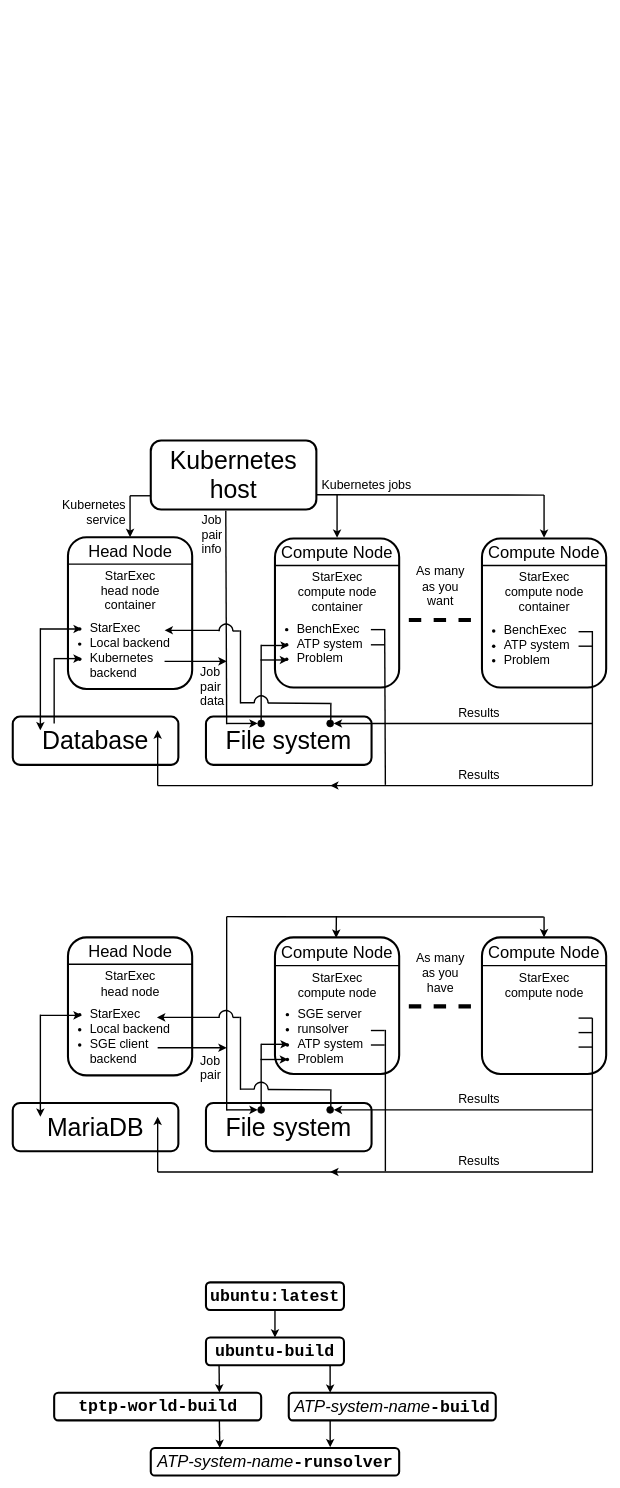
Above: Architecture.drawio in GeoffsPapers/StarExecAWS (draw.io), before the change. Source tidied: cells renumbered, new cells numbered last; positions are measured from the earlier drawing's top-left corner, leaving out a move shared by most shapes. Both pictures are drawn from the tidied source at 69%, with x=0, y=0 at pixel (12, 440).
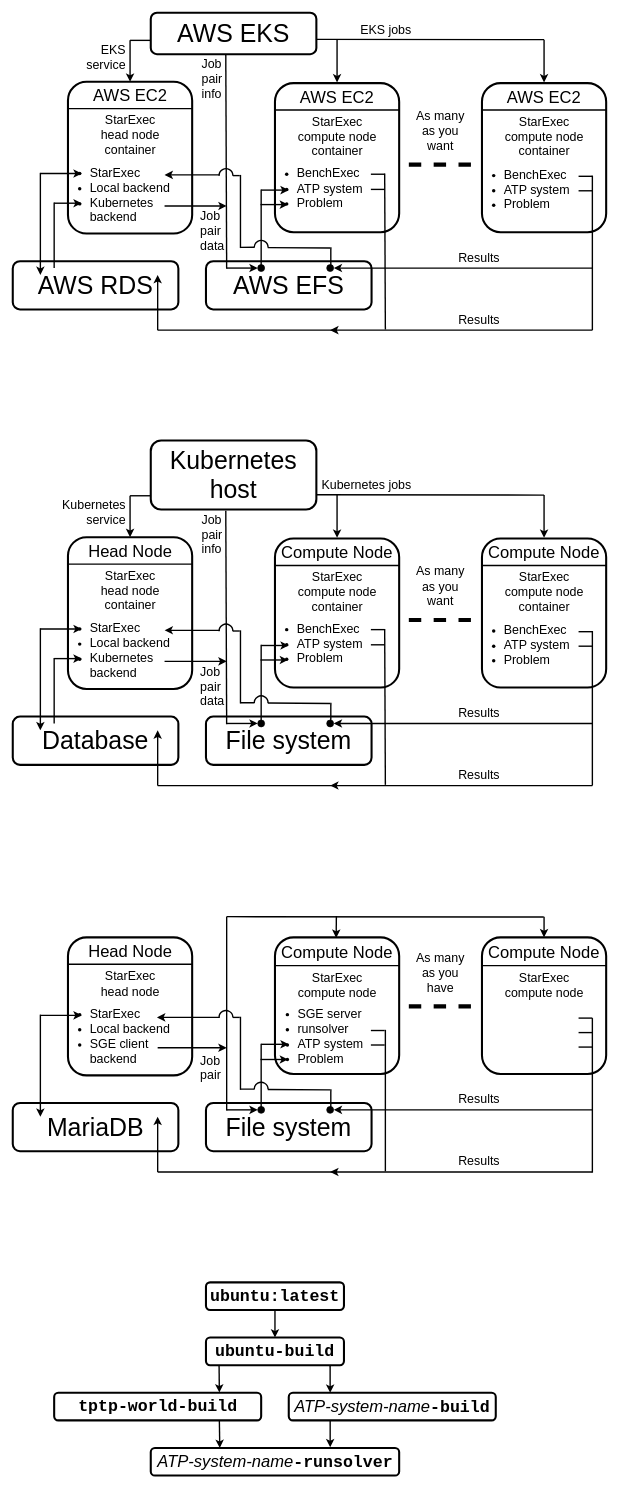
The same page after the edit.

What changed in the source:
```diff
@@
+    <mxCell id="149" style="rounded=1;whiteSpace=wrap;html=1;strokeWidth=3;fillColor=none;" parent="1" vertex="1">
+      <mxGeometry x="680" y="-518" width="180" height="216" as="geometry" />
+    </mxCell>
+    <mxCell id="150" style="group;" parent="1" vertex="1">
+      <mxGeometry y="-270" width="240" height="90" as="geometry" />
+    </mxCell>
+    <mxCell id="151" style="rounded=1;whiteSpace=wrap;html=1;strokeWidth=3;" parent="150" vertex="1">
+      <mxGeometry y="10" width="240" height="70" as="geometry" />
+    </mxCell>
+    <mxCell id="152" value="&lt;p style=&quot;margin: 0px; font-variant-numeric: normal; font-variant-east-asian: normal; font-variant-alternates: normal; font-kerning: auto; font-optical-sizing: auto; font-feature-settings: normal; font-variation-settings: normal; font-variant-position: normal; font-stretch: normal; font-size: 36px; line-height: normal; text-align: start;&quot; class=&quot;p1&quot;&gt;AWS RDS&lt;/p&gt;" style="text;strokeColor=none;align=center;fillColor=none;html=1;verticalAlign=middle;whiteSpace=wrap;rounded=0;" parent="150" vertex="1">
+      <mxGeometry x="5" width="230" height="90" as="geometry" />
+    </mxCell>
+    <mxCell id="153" style="group;fillColor=none;" parent="1" vertex="1">
+      <mxGeometry x="280" y="-270" width="240" height="90" as="geometry" />
+    </mxCell>
+    <mxCell id="154" style="rounded=1;whiteSpace=wrap;html=1;strokeWidth=3;fillColor=none;" parent="153" vertex="1">
+      <mxGeometry y="10" width="240" height="70" as="geometry" />
+    </mxCell>
+    <mxCell id="155" value="&lt;p style=&quot;margin: 0px; font-variant-numeric: normal; font-variant-east-asian: normal; font-variant-alternates: normal; font-kerning: auto; font-optical-sizing: auto; font-feature-settings: normal; font-variation-settings: normal; font-variant-position: normal; font-stretch: normal; font-size: 36px; line-height: normal; text-align: start;&quot; class=&quot;p1&quot;&gt;AWS EFS&lt;/p&gt;" style="text;strokeColor=none;align=center;fillColor=none;html=1;verticalAlign=middle;whiteSpace=wrap;rounded=0;" parent="153" vertex="1">
+      <mxGeometry x="5" width="230" height="90" as="geometry" />
+    </mxCell>
+    <mxCell id="156" style="ellipse;whiteSpace=wrap;html=1;fillColor=#000000;" parent="153" vertex="1">
+      <mxGeometry x="175" y="15" width="10" height="10" as="geometry" />
+    </mxCell>
+    <mxCell id="157" style="ellipse;whiteSpace=wrap;html=1;fillColor=#000000;" parent="153" vertex="1">
+      <mxGeometry x="75" y="15" width="10" height="10" as="geometry" />
+    </mxCell>
+    <mxCell id="158" style="endArrow=classic;html=1;rounded=0;strokeWidth=2;entryX=0;entryY=0.5;entryDx=0;entryDy=0;" parent="153" edge="1" target="157">
+      <mxGeometry relative="1" as="geometry">
+        <mxPoint x="30" y="20" as="sourcePoint" />
+      </mxGeometry>
+    </mxCell>
+    <mxCell id="159" style="group;fillColor=none;" parent="1" vertex="1">
+      <mxGeometry x="370" y="-518" width="190" height="216" as="geometry" />
+    </mxCell>
+    <mxCell id="160" style="rounded=1;whiteSpace=wrap;html=1;strokeWidth=3;fillColor=none;" parent="159" vertex="1">
+      <mxGeometry x="10" width="180" height="216" as="geometry" />
+    </mxCell>
+    <mxCell id="161" value="&lt;font style=&quot;font-size: 24px;&quot;&gt;AWS EC2&lt;/font&gt;" style="text;strokeColor=none;align=center;fillColor=none;html=1;verticalAlign=middle;whiteSpace=wrap;rounded=0;" parent="159" vertex="1">
+      <mxGeometry x="13.5" y="6" width="171.5" height="30" as="geometry" />
+    </mxCell>
+    <mxCell id="162" value="&lt;font style=&quot;font-size: 18px;&quot;&gt;StarExec&lt;/font&gt;&lt;div style=&quot;font-size: 18px;&quot;&gt;&lt;font style=&quot;font-size: 18px;&quot;&gt;compute node&lt;/font&gt;&lt;/div&gt;&lt;div style=&quot;font-size: 18px;&quot;&gt;&lt;font style=&quot;font-size: 18px;&quot;&gt;container&lt;/font&gt;&lt;/div&gt;" style="text;strokeColor=none;align=center;fillColor=none;html=1;verticalAlign=middle;whiteSpace=wrap;rounded=0;" parent="159" vertex="1">
+      <mxGeometry x="17.5" y="46" width="165" height="64" as="geometry" />
+    </mxCell>
+    <mxCell id="163" value="&lt;ul style=&quot;font-size: 18px;&quot;&gt;&lt;li&gt;BenchExec&lt;/li&gt;&lt;li&gt;&lt;font style=&quot;font-size: 18px;&quot;&gt;ATP system&lt;/font&gt;&lt;/li&gt;&lt;li&gt;&lt;font style=&quot;font-size: 18px;&quot;&gt;Problem&lt;/font&gt;&lt;/li&gt;&lt;/ul&gt;" style="text;strokeColor=none;align=left;fillColor=none;html=1;verticalAlign=middle;whiteSpace=wrap;rounded=0;" parent="159" vertex="1">
+      <mxGeometry y="108" width="165" height="90" as="geometry" />
+    </mxCell>
+    <mxCell id="164" style="endArrow=none;html=1;rounded=0;strokeWidth=2;" parent="159" edge="1">
+      <mxGeometry relative="1" as="geometry">
+        <mxPoint x="10" y="39" as="sourcePoint" />
+        <mxPoint x="190" y="39" as="targetPoint" />
+      </mxGeometry>
+    </mxCell>
+    <mxCell id="165" style="edgeStyle=orthogonalEdgeStyle;rounded=0;orthogonalLoop=1;jettySize=auto;html=1;exitX=0.5;exitY=1;exitDx=0;exitDy=0;" parent="159" edge="1" source="160" target="160">
+      <mxGeometry relative="1" as="geometry" />
+    </mxCell>
+    <mxCell id="166" style="endArrow=none;html=1;rounded=0;strokeWidth=2;" parent="159" edge="1">
+      <mxGeometry relative="1" as="geometry">
+        <mxPoint x="149" y="132" as="sourcePoint" />
+        <mxPoint x="169" y="132" as="targetPoint" />
+      </mxGeometry>
+    </mxCell>
+    <mxCell id="167" style="endArrow=classic;html=1;rounded=0;strokeWidth=2;entryX=0.182;entryY=0.089;entryDx=0;entryDy=0;entryPerimeter=0;" parent="159" edge="1">
+      <mxGeometry relative="1" as="geometry">
+        <mxPoint x="-10" y="155" as="sourcePoint" />
+        <mxPoint x="30" y="155" as="targetPoint" />
+      </mxGeometry>
+    </mxCell>
+    <mxCell id="168" style="endArrow=none;dashed=1;html=1;rounded=0;strokeWidth=6;entryX=0;entryY=0;entryDx=0;entryDy=0;" parent="1" edge="1">
+      <mxGeometry relative="1" as="geometry">
+        <mxPoint x="574" y="-400" as="sourcePoint" />
+        <mxPoint x="674" y="-400" as="targetPoint" />
+      </mxGeometry>
+    </mxCell>
+    <mxCell id="169" value="&lt;span style=&quot;font-size: 18px;&quot;&gt;As many&lt;/span&gt;&lt;div&gt;&lt;span style=&quot;font-size: 18px;&quot;&gt;as you&lt;/span&gt;&lt;/div&gt;&lt;div&gt;&lt;span style=&quot;font-size: 18px;&quot;&gt;want&lt;/span&gt;&lt;/div&gt;" style="text;strokeColor=none;align=center;fillColor=none;html=1;verticalAlign=middle;whiteSpace=wrap;rounded=0;" parent="1" vertex="1">
+      <mxGeometry x="570" y="-480" width="100" height="64" as="geometry" />
+    </mxCell>
+    <mxCell id="170" style="endArrow=none;html=1;rounded=0;strokeWidth=2;" parent="1" edge="1">
+      <mxGeometry relative="1" as="geometry">
+        <mxPoint x="840" y="-160" as="sourcePoint" />
+        <mxPoint x="840" y="-384" as="targetPoint" />
+      </mxGeometry>
+    </mxCell>
+    <mxCell id="171" style="endArrow=none;html=1;rounded=0;strokeWidth=2;" parent="1" edge="1">
+      <mxGeometry relative="1" as="geometry">
+        <mxPoint x="820" y="-383" as="sourcePoint" />
+        <mxPoint x="840" y="-383" as="targetPoint" />
+      </mxGeometry>
+    </mxCell>
+    <mxCell id="172" style="endArrow=classic;html=1;rounded=0;strokeWidth=2;entryX=1.014;entryY=0.5;entryDx=0;entryDy=0;entryPerimeter=0;" parent="1" edge="1" target="156">
+      <mxGeometry relative="1" as="geometry">
+        <mxPoint x="840" y="-250" as="sourcePoint" />
+      </mxGeometry>
+    </mxCell>
+    <mxCell id="173" style="endArrow=classic;html=1;rounded=0;strokeWidth=2;entryX=0.5;entryY=0;entryDx=0;entryDy=0;" parent="1" edge="1" target="197">
+      <mxGeometry relative="1" as="geometry">
+        <mxPoint x="170" y="-580" as="sourcePoint" />
+      </mxGeometry>
+    </mxCell>
+    <mxCell id="174" style="endArrow=classic;html=1;rounded=0;strokeWidth=2;" parent="1" edge="1">
+      <mxGeometry relative="1" as="geometry">
+        <mxPoint x="40" y="-388" as="sourcePoint" />
+        <mxPoint x="40" y="-240" as="targetPoint" />
+      </mxGeometry>
+    </mxCell>
+    <mxCell id="175" style="endArrow=classic;html=1;rounded=0;strokeWidth=2;" parent="1" edge="1">
+      <mxGeometry relative="1" as="geometry">
+        <mxPoint x="40" y="-387" as="sourcePoint" />
+        <mxPoint x="100" y="-387" as="targetPoint" />
+      </mxGeometry>
+    </mxCell>
+    <mxCell id="176" style="endArrow=none;html=1;rounded=0;strokeWidth=2;" parent="1" edge="1">
+      <mxGeometry relative="1" as="geometry">
+        <mxPoint x="60" y="-250" as="sourcePoint" />
+        <mxPoint x="60" y="-345" as="targetPoint" />
+      </mxGeometry>
+    </mxCell>
+    <mxCell id="177" value="&lt;div&gt;&lt;span style=&quot;font-size: 18px;&quot;&gt;Job&lt;/span&gt;&lt;/div&gt;&lt;div&gt;&lt;span style=&quot;font-size: 18px; background-color: initial;&quot;&gt;pair&lt;/span&gt;&lt;/div&gt;&lt;div&gt;&lt;span style=&quot;font-size: 18px; background-color: initial;&quot;&gt;info&lt;/span&gt;&lt;br&gt;&lt;/div&gt;" style="text;strokeColor=none;align=left;fillColor=none;html=1;verticalAlign=middle;whiteSpace=wrap;rounded=0;" parent="1" vertex="1">
+      <mxGeometry x="272" y="-555" width="40" height="64" as="geometry" />
+    </mxCell>
+    <mxCell id="178" style="endArrow=none;html=1;rounded=0;strokeWidth=2;exitX=0.453;exitY=1.018;exitDx=0;exitDy=0;exitPerimeter=0;" parent="1" edge="1" source="218">
+      <mxGeometry relative="1" as="geometry">
+        <mxPoint x="310" y="-249" as="targetPoint" />
+      </mxGeometry>
+    </mxCell>
+    <mxCell id="179" style="endArrow=none;html=1;rounded=0;strokeWidth=2;" parent="1" edge="1">
+      <mxGeometry relative="1" as="geometry">
+        <mxPoint x="360" y="-364" as="sourcePoint" />
+        <mxPoint x="360" y="-250" as="targetPoint" />
+      </mxGeometry>
+    </mxCell>
+    <mxCell id="180" style="endArrow=none;html=1;rounded=0;strokeWidth=2;entryX=1.024;entryY=0.267;entryDx=0;entryDy=0;entryPerimeter=0;" parent="1" edge="1">
+      <mxGeometry relative="1" as="geometry">
+        <mxPoint x="540" y="-161" as="sourcePoint" />
+        <mxPoint x="539" y="-387" as="targetPoint" />
+      </mxGeometry>
+    </mxCell>
+    <mxCell id="181" style="endArrow=none;html=1;rounded=0;strokeWidth=2;" parent="1" edge="1">
+      <mxGeometry relative="1" as="geometry">
+        <mxPoint x="519" y="-364" as="sourcePoint" />
+        <mxPoint x="539" y="-364" as="targetPoint" />
+      </mxGeometry>
+    </mxCell>
+    <mxCell id="182" style="endArrow=none;html=1;rounded=0;strokeWidth=2;entryX=0.586;entryY=-0.021;entryDx=0;entryDy=0;entryPerimeter=0;" parent="1" edge="1">
+      <mxGeometry relative="1" as="geometry">
+        <mxPoint x="461" y="-280" as="sourcePoint" />
+        <mxPoint x="460.9" y="-254.2" as="targetPoint" />
+      </mxGeometry>
+    </mxCell>
+    <mxCell id="183" style="endArrow=none;html=1;rounded=0;strokeWidth=2;exitX=0.98;exitY=0.47;exitDx=0;exitDy=0;exitPerimeter=0;" parent="1" edge="1">
+      <mxGeometry relative="1" as="geometry">
+        <mxPoint x="369.6" y="-279.6" as="sourcePoint" />
+        <mxPoint x="460" y="-279" as="targetPoint" />
+      </mxGeometry>
+    </mxCell>
+    <mxCell id="184" style="verticalLabelPosition=bottom;verticalAlign=top;html=1;shape=mxgraph.basic.arc;startAngle=0.7468173254495136;endAngle=0.2543004380527166;strokeWidth=2;" parent="1" vertex="1">
+      <mxGeometry x="350" y="-290" width="20" height="20" as="geometry" />
+    </mxCell>
+    <mxCell id="185" style="endArrow=none;html=1;rounded=0;strokeWidth=2;" parent="1" edge="1">
+      <mxGeometry relative="1" as="geometry">
+        <mxPoint x="210" y="-160" as="sourcePoint" />
+        <mxPoint x="470" y="-160" as="targetPoint" />
+      </mxGeometry>
+    </mxCell>
+    <mxCell id="186" style="endArrow=classic;html=1;rounded=0;strokeWidth=2;" parent="1" edge="1">
+      <mxGeometry relative="1" as="geometry">
+        <mxPoint x="210" y="-160" as="sourcePoint" />
+        <mxPoint x="210" y="-240" as="targetPoint" />
+      </mxGeometry>
+    </mxCell>
+    <mxCell id="187" value="&lt;font style=&quot;font-size: 18px;&quot;&gt;Results&lt;/font&gt;" style="text;strokeColor=none;align=center;fillColor=none;html=1;verticalAlign=middle;whiteSpace=wrap;rounded=0;" parent="1" vertex="1">
+      <mxGeometry x="590" y="-280" width="171.5" height="30" as="geometry" />
+    </mxCell>
+    <mxCell id="188" value="&lt;font style=&quot;font-size: 18px;&quot;&gt;Results&lt;/font&gt;" style="text;strokeColor=none;align=center;fillColor=none;html=1;verticalAlign=middle;whiteSpace=wrap;rounded=0;" parent="1" vertex="1">
+      <mxGeometry x="590" y="-190" width="171.5" height="30" as="geometry" />
+    </mxCell>
+    <mxCell id="189" style="endArrow=classic;html=1;rounded=0;strokeWidth=2;" parent="1" edge="1">
+      <mxGeometry relative="1" as="geometry">
+        <mxPoint x="840" y="-160" as="sourcePoint" />
+        <mxPoint x="460" y="-160" as="targetPoint" />
+      </mxGeometry>
+    </mxCell>
+    <mxCell id="190" value="&lt;div&gt;&lt;span style=&quot;font-size: 18px;&quot;&gt;Job&lt;/span&gt;&lt;/div&gt;&lt;div&gt;&lt;span style=&quot;font-size: 18px; background-color: initial;&quot;&gt;pair&lt;/span&gt;&lt;/div&gt;&lt;div&gt;&lt;span style=&quot;font-size: 18px; background-color: initial;&quot;&gt;data&lt;/span&gt;&lt;br&gt;&lt;/div&gt;" style="text;strokeColor=none;align=left;fillColor=none;html=1;verticalAlign=middle;whiteSpace=wrap;rounded=0;" parent="1" vertex="1">
+      <mxGeometry x="270" y="-335" width="40" height="64" as="geometry" />
+    </mxCell>
+    <mxCell id="191" style="endArrow=classic;html=1;rounded=0;strokeWidth=2;exitX=0.909;exitY=0.667;exitDx=0;exitDy=0;exitPerimeter=0;" parent="1" edge="1" source="200">
+      <mxGeometry relative="1" as="geometry">
+        <mxPoint x="310" y="-340" as="targetPoint" />
+      </mxGeometry>
+    </mxCell>
+    <mxCell id="192" value="&lt;font style=&quot;font-size: 18px;&quot;&gt;EKS&lt;/font&gt;&lt;div&gt;&lt;font style=&quot;font-size: 18px;&quot;&gt;service&lt;/font&gt;&lt;/div&gt;" style="text;strokeColor=none;align=right;fillColor=none;html=1;verticalAlign=middle;whiteSpace=wrap;rounded=0;" parent="1" vertex="1">
+      <mxGeometry x="65" y="-580" width="100.8" height="50" as="geometry" />
+    </mxCell>
+    <mxCell id="193" style="endArrow=none;html=1;rounded=0;strokeWidth=2;" parent="1" edge="1">
+      <mxGeometry relative="1" as="geometry">
+        <mxPoint x="170" y="-580" as="sourcePoint" />
+        <mxPoint x="200" y="-580" as="targetPoint" />
+      </mxGeometry>
+    </mxCell>
+    <mxCell id="194" style="endArrow=classic;html=1;rounded=0;strokeWidth=2;entryX=0.909;entryY=0.222;entryDx=0;entryDy=0;entryPerimeter=0;" parent="1" edge="1">
+      <mxGeometry relative="1" as="geometry">
+        <mxPoint x="300" y="-385" as="sourcePoint" />
+        <mxPoint x="220" y="-385" as="targetPoint" />
+      </mxGeometry>
+    </mxCell>
+    <mxCell id="195" style="group;" parent="1" vertex="1">
+      <mxGeometry x="60" y="-520" width="200" height="220" as="geometry" />
+    </mxCell>
+    <mxCell id="196" style="endArrow=classic;html=1;rounded=0;strokeWidth=2;" parent="195" edge="1">
+      <mxGeometry relative="1" as="geometry">
+        <mxPoint y="176" as="sourcePoint" />
+        <mxPoint x="40" y="176" as="targetPoint" />
+      </mxGeometry>
+    </mxCell>
+    <mxCell id="197" style="rounded=1;whiteSpace=wrap;html=1;strokeWidth=3;fillColor=none;" parent="195" vertex="1">
+      <mxGeometry x="20" width="180" height="220" as="geometry" />
+    </mxCell>
+    <mxCell id="198" value="&lt;font style=&quot;font-size: 24px;&quot;&gt;AWS EC2&lt;/font&gt;" style="text;strokeColor=none;align=center;fillColor=none;html=1;verticalAlign=middle;whiteSpace=wrap;rounded=0;" parent="195" vertex="1">
+      <mxGeometry x="37.5" y="6" width="145" height="30" as="geometry" />
+    </mxCell>
+    <mxCell id="199" value="&lt;font style=&quot;font-size: 18px;&quot;&gt;StarExec&lt;/font&gt;&lt;div style=&quot;font-size: 18px;&quot;&gt;&lt;font style=&quot;font-size: 18px;&quot;&gt;head node&lt;/font&gt;&lt;/div&gt;&lt;div style=&quot;font-size: 18px;&quot;&gt;&lt;font style=&quot;font-size: 18px;&quot;&gt;container&lt;/font&gt;&lt;/div&gt;" style="text;strokeColor=none;align=center;fillColor=none;html=1;verticalAlign=middle;whiteSpace=wrap;rounded=0;" parent="195" vertex="1">
+      <mxGeometry x="27.5" y="46" width="165" height="64" as="geometry" />
+    </mxCell>
+    <mxCell id="200" value="&lt;ul style=&quot;font-size: 18px;&quot;&gt;&lt;li&gt;&lt;font style=&quot;font-size: 18px;&quot;&gt;StarExec&lt;/font&gt;&lt;/li&gt;&lt;li&gt;&lt;font style=&quot;font-size: 18px;&quot;&gt;Local backend&lt;/font&gt;&lt;/li&gt;&lt;li&gt;&lt;font style=&quot;font-size: 18px;&quot;&gt;Kubernetes backend&lt;/font&gt;&lt;/li&gt;&lt;/ul&gt;" style="text;strokeColor=none;align=left;fillColor=none;html=1;verticalAlign=middle;whiteSpace=wrap;rounded=0;" parent="195" vertex="1">
+      <mxGeometry x="10" y="120" width="165" height="90" as="geometry" />
+    </mxCell>
+    <mxCell id="201" style="endArrow=none;html=1;rounded=0;strokeWidth=2;" parent="195" edge="1">
+      <mxGeometry relative="1" as="geometry">
+        <mxPoint x="20" y="39" as="sourcePoint" />
+        <mxPoint x="200" y="39" as="targetPoint" />
+      </mxGeometry>
+    </mxCell>
+    <mxCell id="202" style="edgeStyle=orthogonalEdgeStyle;rounded=0;orthogonalLoop=1;jettySize=auto;html=1;exitX=0.5;exitY=1;exitDx=0;exitDy=0;" parent="195" edge="1" source="197" target="197">
+      <mxGeometry relative="1" as="geometry" />
+    </mxCell>
+    <mxCell id="203" style="endArrow=none;html=1;rounded=0;strokeWidth=2;" parent="1" edge="1">
+      <mxGeometry relative="1" as="geometry">
+        <mxPoint x="330" y="-279" as="sourcePoint" />
+        <mxPoint x="330" y="-385" as="targetPoint" />
+      </mxGeometry>
+    </mxCell>
+    <mxCell id="204" style="endArrow=none;html=1;rounded=0;strokeWidth=2;entryX=0.017;entryY=0.496;entryDx=0;entryDy=0;entryPerimeter=0;" parent="1" edge="1">
+      <mxGeometry relative="1" as="geometry">
+        <mxPoint x="330" y="-280" as="sourcePoint" />
+        <mxPoint x="350.3" y="-280.1" as="targetPoint" />
+      </mxGeometry>
+    </mxCell>
+    <mxCell id="205" style="verticalLabelPosition=bottom;verticalAlign=top;html=1;shape=mxgraph.basic.arc;startAngle=0.7468173254495136;endAngle=0.2543004380527166;strokeWidth=2;" parent="1" vertex="1">
+      <mxGeometry x="299" y="-394" width="20" height="20" as="geometry" />
+    </mxCell>
+    <mxCell id="206" style="endArrow=none;html=1;rounded=0;strokeWidth=2;exitX=1.05;exitY=0.7;exitDx=0;exitDy=0;exitPerimeter=0;" parent="1" edge="1">
+      <mxGeometry relative="1" as="geometry">
+        <mxPoint x="319" y="-384" as="sourcePoint" />
+        <mxPoint x="329" y="-384" as="targetPoint" />
+      </mxGeometry>
+    </mxCell>
+    <mxCell id="207" style="endArrow=none;html=1;rounded=0;strokeWidth=2;entryX=1.024;entryY=0.817;entryDx=0;entryDy=0;entryPerimeter=0;" parent="1" edge="1">
+      <mxGeometry relative="1" as="geometry">
+        <mxPoint x="770" y="-581" as="sourcePoint" />
+        <mxPoint x="440.5" y="-581.5" as="targetPoint" />
+      </mxGeometry>
+    </mxCell>
+    <mxCell id="208" style="endArrow=classic;html=1;rounded=0;strokeWidth=2;entryX=0.5;entryY=0;entryDx=0;entryDy=0;" parent="1" edge="1">
+      <mxGeometry relative="1" as="geometry">
+        <mxPoint x="470" y="-581" as="sourcePoint" />
+        <mxPoint x="470" y="-519" as="targetPoint" />
+      </mxGeometry>
+    </mxCell>
+    <mxCell id="209" style="endArrow=classic;html=1;rounded=0;strokeWidth=2;entryX=0.5;entryY=0;entryDx=0;entryDy=0;" parent="1" edge="1">
+      <mxGeometry relative="1" as="geometry">
+        <mxPoint x="770" y="-581" as="sourcePoint" />
+        <mxPoint x="770" y="-519" as="targetPoint" />
+      </mxGeometry>
+    </mxCell>
+    <mxCell id="210" value="&lt;font style=&quot;font-size: 18px;&quot;&gt;EKS&amp;nbsp;&lt;/font&gt;&lt;span style=&quot;font-size: 18px; background-color: initial;&quot;&gt;jobs&lt;/span&gt;" style="text;strokeColor=none;align=right;fillColor=none;html=1;verticalAlign=middle;whiteSpace=wrap;rounded=0;" parent="1" vertex="1">
+      <mxGeometry x="490" y="-610" width="90" height="30" as="geometry" />
+    </mxCell>
+    <mxCell id="211" value="&lt;font style=&quot;font-size: 24px;&quot;&gt;AWS EC2&lt;/font&gt;" style="text;strokeColor=none;align=center;fillColor=none;html=1;verticalAlign=middle;whiteSpace=wrap;rounded=0;" parent="1" vertex="1">
+      <mxGeometry x="683.5" y="-512" width="171.5" height="30" as="geometry" />
+    </mxCell>
+    <mxCell id="212" value="&lt;font style=&quot;font-size: 18px;&quot;&gt;StarExec&lt;/font&gt;&lt;div style=&quot;font-size: 18px;&quot;&gt;&lt;font style=&quot;font-size: 18px;&quot;&gt;compute node&lt;/font&gt;&lt;/div&gt;&lt;div style=&quot;font-size: 18px;&quot;&gt;&lt;font style=&quot;font-size: 18px;&quot;&gt;container&lt;/font&gt;&lt;/div&gt;" style="text;strokeColor=none;align=center;fillColor=none;html=1;verticalAlign=middle;whiteSpace=wrap;rounded=0;" parent="1" vertex="1">
+      <mxGeometry x="687.5" y="-472" width="165" height="64" as="geometry" />
+    </mxCell>
+    <mxCell id="213" style="endArrow=none;html=1;rounded=0;strokeWidth=2;" parent="1" edge="1">
+      <mxGeometry relative="1" as="geometry">
+        <mxPoint x="680" y="-479" as="sourcePoint" />
+        <mxPoint x="860" y="-479" as="targetPoint" />
+      </mxGeometry>
+    </mxCell>
+    <mxCell id="214" style="edgeStyle=orthogonalEdgeStyle;rounded=0;orthogonalLoop=1;jettySize=auto;html=1;exitX=0.5;exitY=1;exitDx=0;exitDy=0;" parent="1" edge="1" source="149" target="149">
+      <mxGeometry relative="1" as="geometry" />
+    </mxCell>
+    <mxCell id="215" style="endArrow=none;html=1;rounded=0;strokeWidth=2;" parent="1" edge="1">
+      <mxGeometry relative="1" as="geometry">
+        <mxPoint x="820" y="-362" as="sourcePoint" />
+        <mxPoint x="840" y="-362" as="targetPoint" />
+      </mxGeometry>
+    </mxCell>
+    <mxCell id="216" style="endArrow=classic;html=1;rounded=0;strokeWidth=2;entryX=0.182;entryY=0.089;entryDx=0;entryDy=0;entryPerimeter=0;" parent="1" edge="1">
+      <mxGeometry relative="1" as="geometry">
+        <mxPoint x="359" y="-342" as="sourcePoint" />
+        <mxPoint x="399" y="-342" as="targetPoint" />
+      </mxGeometry>
+    </mxCell>
+    <mxCell id="217" value="&lt;ul style=&quot;font-size: 18px;&quot;&gt;&lt;li&gt;BenchExec&lt;/li&gt;&lt;li&gt;&lt;font style=&quot;font-size: 18px;&quot;&gt;ATP system&lt;/font&gt;&lt;/li&gt;&lt;li&gt;&lt;font style=&quot;font-size: 18px;&quot;&gt;Problem&lt;/font&gt;&lt;/li&gt;&lt;/ul&gt;" style="text;strokeColor=none;align=left;fillColor=none;html=1;verticalAlign=middle;whiteSpace=wrap;rounded=0;" parent="1" vertex="1">
+      <mxGeometry x="670" y="-408" width="165" height="90" as="geometry" />
+    </mxCell>
+    <mxCell id="218" style="rounded=1;whiteSpace=wrap;html=1;strokeWidth=3;fillColor=none;" parent="1" vertex="1">
+      <mxGeometry x="200" y="-620" width="240" height="60" as="geometry" />
+    </mxCell>
+    <mxCell id="219" value="&lt;p style=&quot;margin: 0px; font-variant-numeric: normal; font-variant-east-asian: normal; font-variant-alternates: normal; font-kerning: auto; font-optical-sizing: auto; font-feature-settings: normal; font-variation-settings: normal; font-variant-position: normal; font-stretch: normal; font-size: 36px; line-height: normal; text-align: start;&quot; class=&quot;p1&quot;&gt;AWS EKS&lt;/p&gt;" style="text;strokeColor=none;align=center;fillColor=none;html=1;verticalAlign=middle;whiteSpace=wrap;rounded=0;" parent="1" vertex="1">
+      <mxGeometry x="205" y="-615" width="230" height="50" as="geometry" />
+    </mxCell>
```
